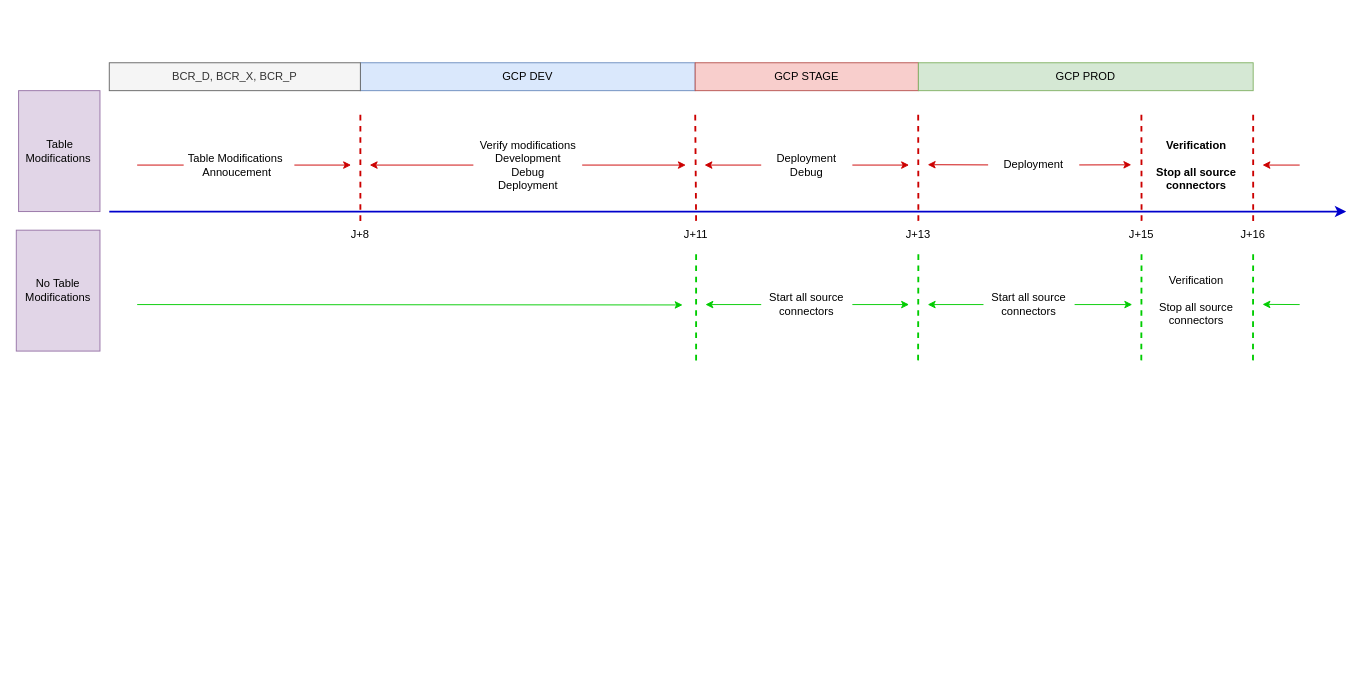
Above: kfk_deployment.drawio in wunyu/drawio (draw.io), before the change. Source tidied: cells renumbered, new cells numbered last; positions are measured from the earlier drawing's top-left corner, leaving out a move shared by most shapes. Both pictures are drawn from the tidied source at 93%, with x=0, y=0 at pixel (16, 62).
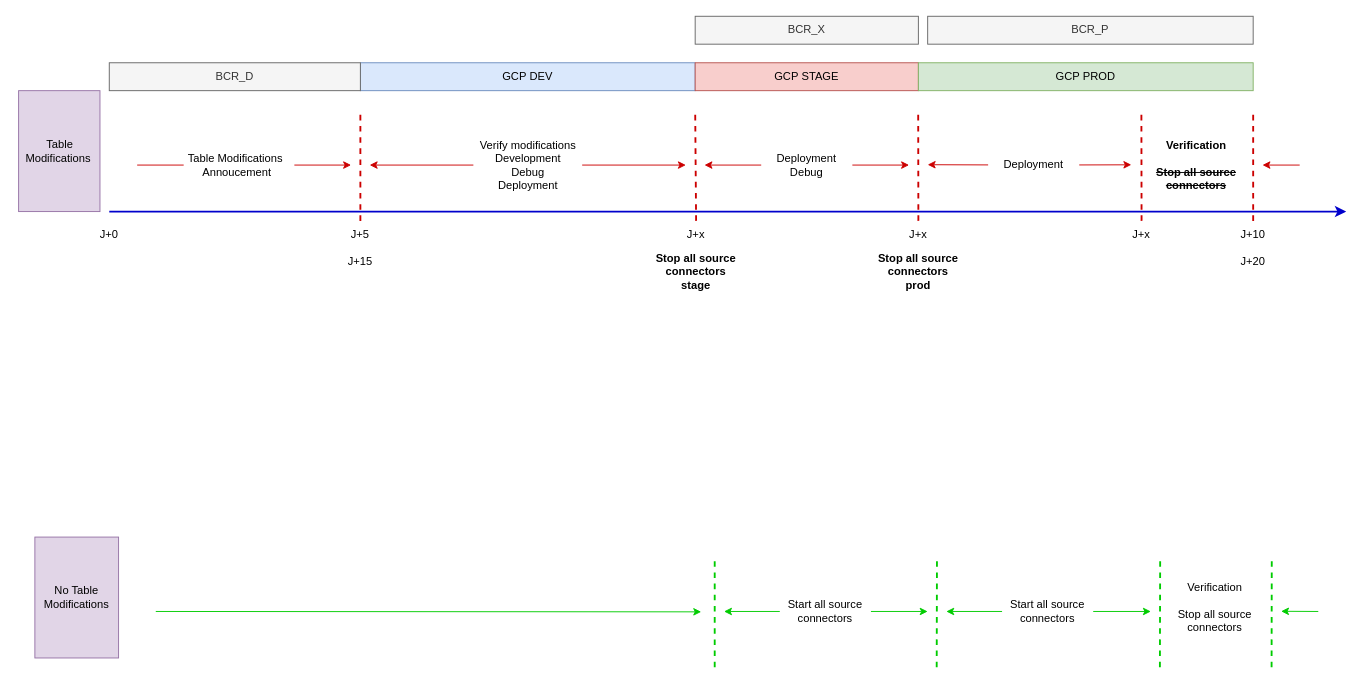
Above is the later version.

Change to the diagram source:
```diff
@@
-    <mxCell id="3" value="J+15" style="text;html=1;align=center;verticalAlign=middle;whiteSpace=wrap;rounded=0;" parent="1" vertex="1">
+    <mxCell id="3" value="J+x" style="text;html=1;align=center;verticalAlign=middle;whiteSpace=wrap;rounded=0;" parent="1" vertex="1">
       <mxGeometry x="1180" y="170" width="60" height="30" as="geometry" />
     </mxCell>
-    <mxCell id="4" value="J+13" style="text;html=1;align=center;verticalAlign=middle;whiteSpace=wrap;rounded=0;" parent="1" vertex="1">
+    <mxCell id="4" value="J+x" style="text;html=1;align=center;verticalAlign=middle;whiteSpace=wrap;rounded=0;" parent="1" vertex="1">
       <mxGeometry x="940" y="170" width="60" height="30" as="geometry" />
     </mxCell>
-    <mxCell id="5" value="J+11" style="text;html=1;align=center;verticalAlign=middle;whiteSpace=wrap;rounded=0;" parent="1" vertex="1">
+    <mxCell id="5" value="J+x" style="text;html=1;align=center;verticalAlign=middle;whiteSpace=wrap;rounded=0;" parent="1" vertex="1">
       <mxGeometry x="701" y="170" width="60" height="30" as="geometry" />
     </mxCell>
@@
-    <mxCell id="9" value="J+8" style="text;html=1;align=center;verticalAlign=middle;whiteSpace=wrap;rounded=0;" parent="1" vertex="1">
+    <mxCell id="9" value="J+5" style="text;html=1;align=center;verticalAlign=middle;whiteSpace=wrap;rounded=0;" parent="1" vertex="1">
       <mxGeometry x="340" y="170" width="60" height="30" as="geometry" />
     </mxCell>
@@
-    <mxCell id="24" value="J+16" style="text;html=1;align=center;verticalAlign=middle;whiteSpace=wrap;rounded=0;" parent="1" vertex="1">
+    <mxCell id="24" value="J+10" style="text;html=1;align=center;verticalAlign=middle;whiteSpace=wrap;rounded=0;" parent="1" vertex="1">
       <mxGeometry x="1300" y="170" width="60" height="30" as="geometry" />
     </mxCell>
-    <mxCell id="25" value="&lt;b&gt;Verification&lt;br&gt;&lt;br&gt;Stop all source connectors&lt;/b&gt;" style="text;html=1;align=center;verticalAlign=middle;whiteSpace=wrap;rounded=0;" parent="1" vertex="1">
+    <mxCell id="25" value="&lt;b&gt;Verification&lt;br&gt;&lt;br&gt;&lt;strike&gt;Stop all source connectors&lt;/strike&gt;&lt;/b&gt;" style="text;html=1;align=center;verticalAlign=middle;whiteSpace=wrap;rounded=0;" parent="1" vertex="1">
       <mxGeometry x="1220" y="95" width="98" height="30" as="geometry" />
     </mxCell>
@@
     <mxCell id="30" style="endArrow=none;dashed=1;html=1;rounded=0;exitX=0.5;exitY=0;exitDx=0;exitDy=0;strokeWidth=2;strokeColor=#00CC00;" parent="1" edge="1">
       <mxGeometry relative="1" as="geometry">
-        <mxPoint x="969.7" y="320" as="sourcePoint" />
-        <mxPoint x="970" y="200" as="targetPoint" />
+        <mxPoint x="989.7" y="650" as="sourcePoint" />
+        <mxPoint x="990" y="530" as="targetPoint" />
       </mxGeometry>
     </mxCell>
-    <mxCell id="31" style="endArrow=none;dashed=1;html=1;rounded=0;exitX=0.5;exitY=0;exitDx=0;exitDy=0;strokeWidth=2;strokeColor=#00CC00;" parent="1" edge="1" target="3">
+    <mxCell id="31" style="endArrow=none;dashed=1;html=1;rounded=0;exitX=0.5;exitY=0;exitDx=0;exitDy=0;strokeWidth=2;strokeColor=#00CC00;" parent="1" edge="1">
       <mxGeometry relative="1" as="geometry">
-        <mxPoint x="1209.7" y="320" as="sourcePoint" />
+        <mxPoint x="1229.7" y="650" as="sourcePoint" />
+        <mxPoint x="1230" y="530" as="targetPoint" />
       </mxGeometry>
     </mxCell>
     <mxCell id="32" value="Start all source connectors" style="text;html=1;align=center;verticalAlign=middle;whiteSpace=wrap;rounded=0;" parent="1" vertex="1">
-      <mxGeometry x="1040" y="245" width="98" height="30" as="geometry" />
+      <mxGeometry x="1060" y="575" width="98" height="30" as="geometry" />
     </mxCell>
     <mxCell id="33" value="Verification&lt;br&gt;&lt;br&gt;Stop all source connectors" style="text;html=1;align=center;verticalAlign=middle;whiteSpace=wrap;rounded=0;" parent="1" vertex="1">
-      <mxGeometry x="1220" y="240" width="98" height="30" as="geometry" />
+      <mxGeometry x="1240" y="570" width="98" height="30" as="geometry" />
     </mxCell>
-    <mxCell id="34" style="endArrow=none;dashed=1;html=1;rounded=0;exitX=0.5;exitY=0;exitDx=0;exitDy=0;strokeWidth=2;strokeColor=#00CC00;" parent="1" edge="1" target="24">
+    <mxCell id="34" style="endArrow=none;dashed=1;html=1;rounded=0;exitX=0.5;exitY=0;exitDx=0;exitDy=0;strokeWidth=2;strokeColor=#00CC00;" parent="1" edge="1">
       <mxGeometry relative="1" as="geometry">
-        <mxPoint x="1329.8" y="320" as="sourcePoint" />
+        <mxPoint x="1349.8" y="650" as="sourcePoint" />
+        <mxPoint x="1350" y="530" as="targetPoint" />
       </mxGeometry>
     </mxCell>
     <mxCell id="35" style="endArrow=none;html=1;rounded=0;endFill=0;startArrow=classic;startFill=1;strokeColor=#00CC00;" parent="1" edge="1">
       <mxGeometry relative="1" as="geometry">
-        <mxPoint x="1340" y="259.8" as="sourcePoint" />
-        <mxPoint x="1380" y="260" as="targetPoint" />
+        <mxPoint x="1360" y="589.8" as="sourcePoint" />
+        <mxPoint x="1400" y="590" as="targetPoint" />
       </mxGeometry>
     </mxCell>
     <mxCell id="36" value="No Table Modifications" style="text;html=1;align=center;verticalAlign=middle;whiteSpace=wrap;rounded=0;fillColor=#e1d5e7;strokeColor=#9673a6;" parent="1" vertex="1">
-      <mxGeometry y="180" width="90" height="130" as="geometry" />
+      <mxGeometry x="20" y="510" width="90" height="130" as="geometry" />
     </mxCell>
@@
-    <mxCell id="38" style="endArrow=none;dashed=1;html=1;rounded=0;strokeWidth=2;strokeColor=#00CC00;" parent="1" edge="1" target="5">
+    <mxCell id="38" style="endArrow=none;dashed=1;html=1;rounded=0;strokeWidth=2;strokeColor=#00CC00;" parent="1" edge="1">
       <mxGeometry relative="1" as="geometry">
-        <mxPoint x="731" y="320" as="sourcePoint" />
+        <mxPoint x="751" y="650" as="sourcePoint" />
+        <mxPoint x="751" y="530" as="targetPoint" />
       </mxGeometry>
     </mxCell>
     <mxCell id="39" value="Start all source connectors" style="text;html=1;align=center;verticalAlign=middle;whiteSpace=wrap;rounded=0;" parent="1" vertex="1">
-      <mxGeometry x="801" y="245" width="98" height="30" as="geometry" />
+      <mxGeometry x="821" y="575" width="98" height="30" as="geometry" />
     </mxCell>
     <mxCell id="40" style="endArrow=classic;html=1;rounded=0;endFill=1;startArrow=none;startFill=0;endSize=6;strokeColor=#00CC00;" parent="1" edge="1">
       <mxGeometry relative="1" as="geometry">
-        <mxPoint x="130" y="260" as="sourcePoint" />
-        <mxPoint x="716.5" y="260.4" as="targetPoint" />
+        <mxPoint x="150" y="590" as="sourcePoint" />
+        <mxPoint x="736.5" y="590.4" as="targetPoint" />
       </mxGeometry>
     </mxCell>
-    <mxCell id="41" value="BCR_D, BCR_X, BCR_P" style="text;html=1;align=center;verticalAlign=middle;whiteSpace=wrap;rounded=0;fillColor=#f5f5f5;strokeColor=#666666;fontColor=#333333;" parent="1" vertex="1">
+    <mxCell id="41" value="BCR_D" style="text;html=1;align=center;verticalAlign=middle;whiteSpace=wrap;rounded=0;fillColor=#f5f5f5;strokeColor=#666666;fontColor=#333333;" parent="1" vertex="1">
       <mxGeometry x="100" width="270" height="30" as="geometry" />
     </mxCell>
     <mxCell id="42" style="endArrow=none;html=1;rounded=0;endFill=0;startArrow=classic;startFill=1;strokeColor=#00CC00;" parent="1" edge="1" target="39">
       <mxGeometry relative="1" as="geometry">
-        <mxPoint x="741" y="260" as="sourcePoint" />
+        <mxPoint x="761" y="590" as="sourcePoint" />
       </mxGeometry>
     </mxCell>
     <mxCell id="43" style="endArrow=classic;html=1;rounded=0;endFill=1;startArrow=none;startFill=0;endSize=6;strokeColor=#00CC00;" parent="1" edge="1" source="39">
       <mxGeometry relative="1" as="geometry">
-        <mxPoint x="960" y="260" as="targetPoint" />
+        <mxPoint x="980" y="590" as="targetPoint" />
       </mxGeometry>
     </mxCell>
     <mxCell id="44" style="endArrow=classic;html=1;rounded=0;endFill=1;startArrow=none;startFill=0;endSize=6;strokeColor=#00CC00;exitX=1;exitY=0.5;exitDx=0;exitDy=0;" parent="1" edge="1" source="32">
       <mxGeometry relative="1" as="geometry">
-        <mxPoint x="1200" y="260" as="targetPoint" />
+        <mxPoint x="1220" y="590" as="targetPoint" />
       </mxGeometry>
     </mxCell>
     <mxCell id="45" style="endArrow=none;html=1;rounded=0;endFill=0;startArrow=classic;startFill=1;strokeColor=#00CC00;entryX=0;entryY=0.5;entryDx=0;entryDy=0;" parent="1" edge="1" target="32">
       <mxGeometry relative="1" as="geometry">
-        <mxPoint x="980" y="260" as="sourcePoint" />
+        <mxPoint x="1000" y="590" as="sourcePoint" />
       </mxGeometry>
     </mxCell>
+    <mxCell id="46" value="BCR_X" style="text;html=1;align=center;verticalAlign=middle;whiteSpace=wrap;rounded=0;fillColor=#f5f5f5;strokeColor=#666666;fontColor=#333333;" parent="1" vertex="1">
+      <mxGeometry x="730" y="-50" width="240" height="30" as="geometry" />
+    </mxCell>
+    <mxCell id="47" value="BCR_P" style="text;html=1;align=center;verticalAlign=middle;whiteSpace=wrap;rounded=0;fillColor=#f5f5f5;strokeColor=#666666;fontColor=#333333;" parent="1" vertex="1">
+      <mxGeometry x="980" y="-50" width="350" height="30" as="geometry" />
+    </mxCell>
+    <mxCell id="48" value="&lt;b&gt;Stop all source connectors&lt;br&gt;stage&lt;br&gt;&lt;/b&gt;" style="text;html=1;align=center;verticalAlign=middle;whiteSpace=wrap;rounded=0;" parent="1" vertex="1">
+      <mxGeometry x="682" y="210" width="98" height="30" as="geometry" />
+    </mxCell>
+    <mxCell id="49" value="&lt;b&gt;Stop all source connectors &lt;br&gt;prod&lt;/b&gt;" style="text;html=1;align=center;verticalAlign=middle;whiteSpace=wrap;rounded=0;" parent="1" vertex="1">
+      <mxGeometry x="921" y="210" width="98" height="30" as="geometry" />
+    </mxCell>
+    <mxCell id="50" value="J+15" style="text;html=1;align=center;verticalAlign=middle;whiteSpace=wrap;rounded=0;" parent="1" vertex="1">
+      <mxGeometry x="340" y="199" width="60" height="30" as="geometry" />
+    </mxCell>
+    <mxCell id="51" value="J+20" style="text;html=1;align=center;verticalAlign=middle;whiteSpace=wrap;rounded=0;" parent="1" vertex="1">
+      <mxGeometry x="1300" y="199" width="60" height="30" as="geometry" />
+    </mxCell>
+    <mxCell id="52" value="J+0" style="text;html=1;align=center;verticalAlign=middle;whiteSpace=wrap;rounded=0;" parent="1" vertex="1">
+      <mxGeometry x="70" y="170" width="60" height="30" as="geometry" />
+    </mxCell>
```
